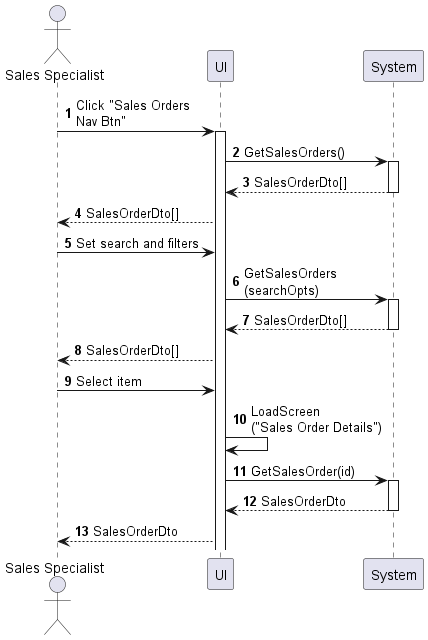
This is sequences/sales-order-view.png from phihungha/scmss-reqs, a PlantUML export, as it was before one commit.
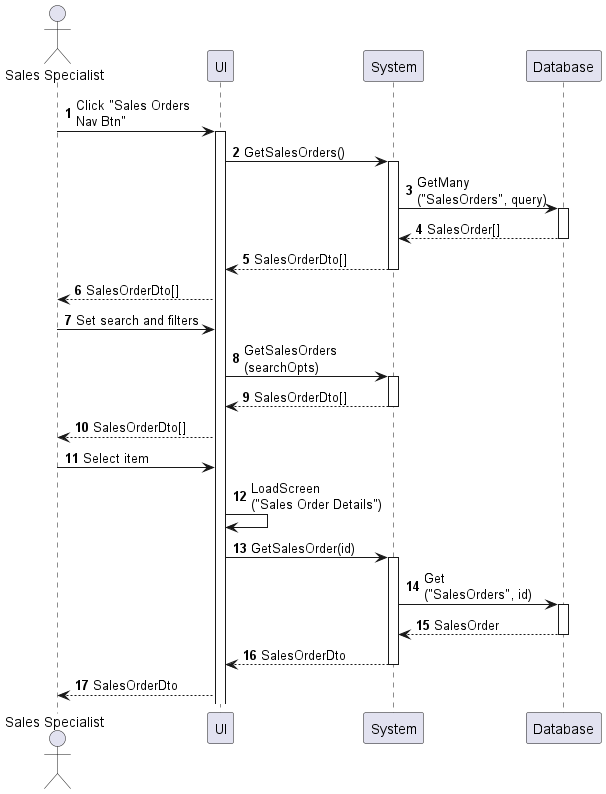
Later version of the same file.

What changed in the source:
```diff
@@ -4,11 +4,15 @@
 actor "Sales Specialist" as a
 participant UI as f
 participant System as b
+participant Database as d
 
 a -> f : Click "Sales Orders\nNav Btn"
 activate f
 f -> b : GetSalesOrders()
 activate b
+b -> d : GetMany\n("SalesOrders", query)
+activate d
+return SalesOrder[]
 return SalesOrderDto[]
 f --> a : SalesOrderDto[]
 a -> f : Set search and filters
@@ -20,6 +24,9 @@
 f -> f : LoadScreen\n("Sales Order Details")
 f -> b : GetSalesOrder(id)
 activate b
+b -> d : Get\n("SalesOrders", id)
+activate d
+return SalesOrder
 return SalesOrderDto
 f --> a : SalesOrderDto
 @enduml
```
